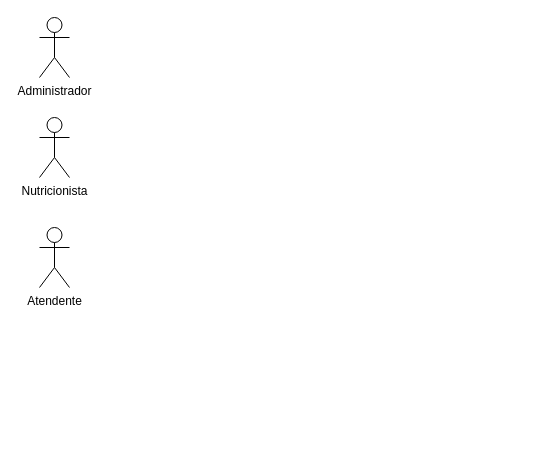
This is controle nutricional.drawio from charleslana/start_nodejs, a draw.io file, before an edit. Source tidied: cells renumbered, new cells numbered last; positions are measured from the earlier drawing's top-left corner, leaving out a move shared by most shapes. Both pictures are drawn from the tidied source at 100%, with x=0, y=0 at pixel (39, 17).
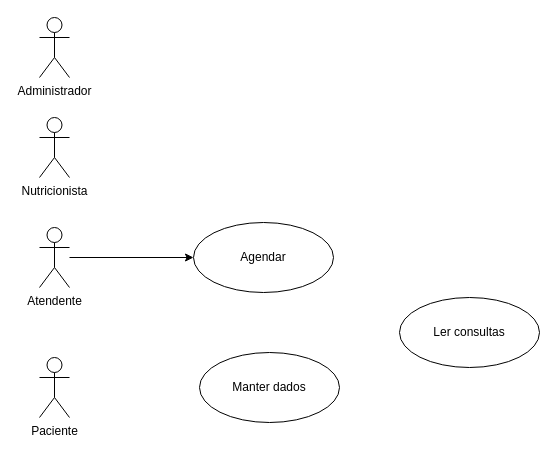
Above is the later version.

Change to the diagram source:
```diff
@@
 <mxGraphModel>
   <root>
     <mxCell id="0" />
     <mxCell id="1" parent="0" />
     <mxCell id="2" value="Administrador" style="shape=umlActor;verticalLabelPosition=bottom;verticalAlign=top;html=1;" parent="1" vertex="1">
       <mxGeometry width="30" height="60" as="geometry" />
     </mxCell>
+    <mxCell id="5" style="edgeStyle=orthogonalEdgeStyle;rounded=0;jettySize=auto;html=1;entryX=0;entryY=0.5;entryDx=0;entryDy=0;" parent="1" edge="1" source="3" target="8">
+      <mxGeometry relative="1" as="geometry" />
+    </mxCell>
     <mxCell id="3" value="Atendente" style="shape=umlActor;verticalLabelPosition=bottom;verticalAlign=top;html=1;" parent="1" vertex="1">
       <mxGeometry y="210" width="30" height="60" as="geometry" />
     </mxCell>
     <mxCell id="4" value="Nutricionista" style="shape=umlActor;verticalLabelPosition=bottom;verticalAlign=top;html=1;" parent="1" vertex="1">
       <mxGeometry y="100" width="30" height="60" as="geometry" />
     </mxCell>
+    <mxCell id="6" value="Paciente" style="shape=umlActor;verticalLabelPosition=bottom;verticalAlign=top;html=1;" parent="1" vertex="1">
+      <mxGeometry y="340" width="30" height="60" as="geometry" />
+    </mxCell>
+    <mxCell id="7" value="Manter dados" style="ellipse;whiteSpace=wrap;html=1;" parent="1" vertex="1">
+      <mxGeometry x="160" y="335" width="140" height="70" as="geometry" />
+    </mxCell>
+    <mxCell id="8" value="Agendar" style="ellipse;whiteSpace=wrap;html=1;" parent="1" vertex="1">
+      <mxGeometry x="154" y="205" width="140" height="70" as="geometry" />
+    </mxCell>
+    <mxCell id="9" value="Ler consultas" style="ellipse;whiteSpace=wrap;html=1;" parent="1" vertex="1">
+      <mxGeometry x="360" y="280" width="140" height="70" as="geometry" />
+    </mxCell>
   </root>
 </mxGraphModel>
```
